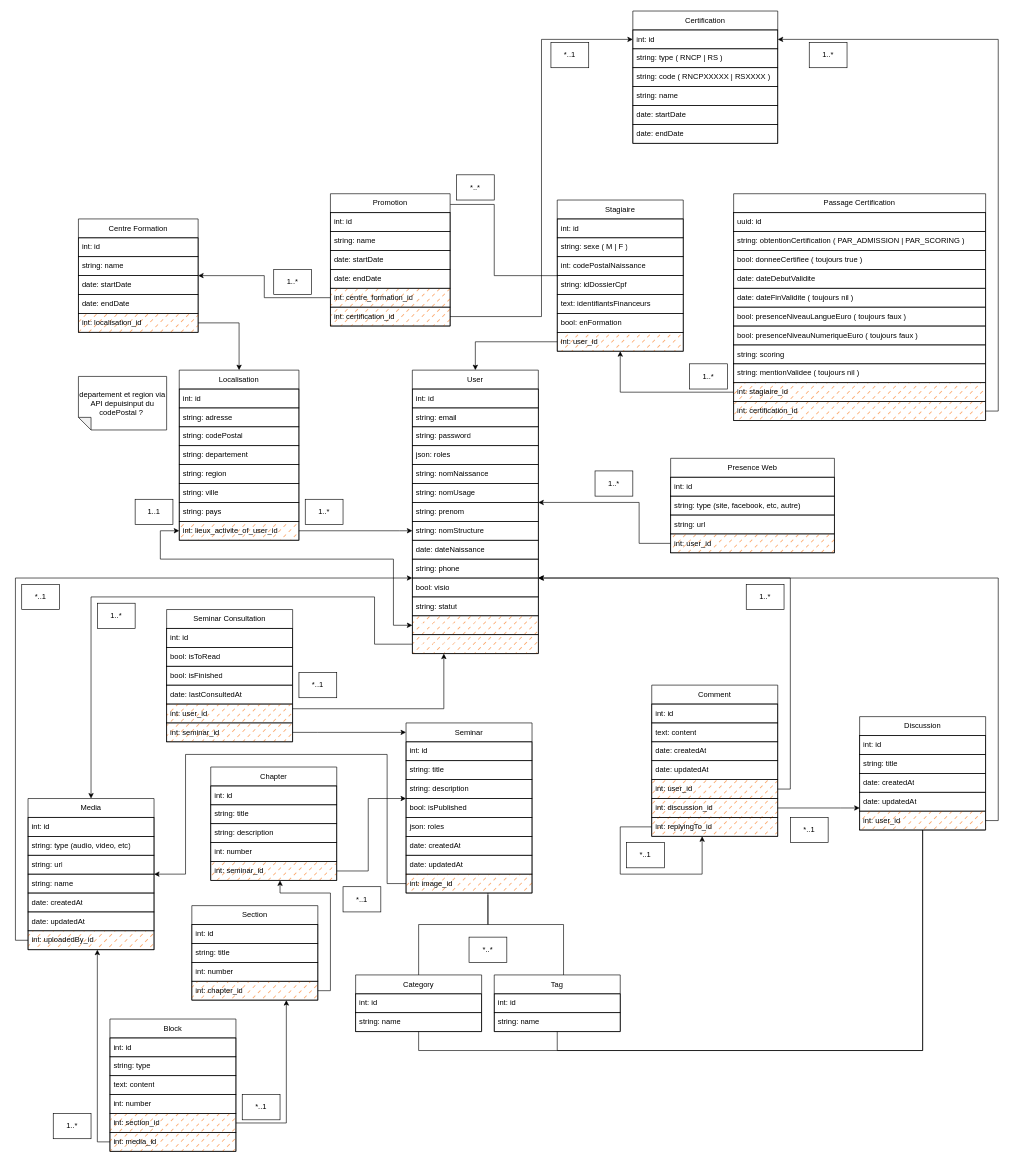
Above: MCD.drawio in ecole-richard-cross/espace-numerique (draw.io), before the change. Source tidied: cells renumbered, new cells numbered last; positions are measured from the earlier drawing's top-left corner, leaving out a move shared by most shapes. Both pictures are drawn from the tidied source at 63%, with x=0, y=0 at pixel (15, 11).
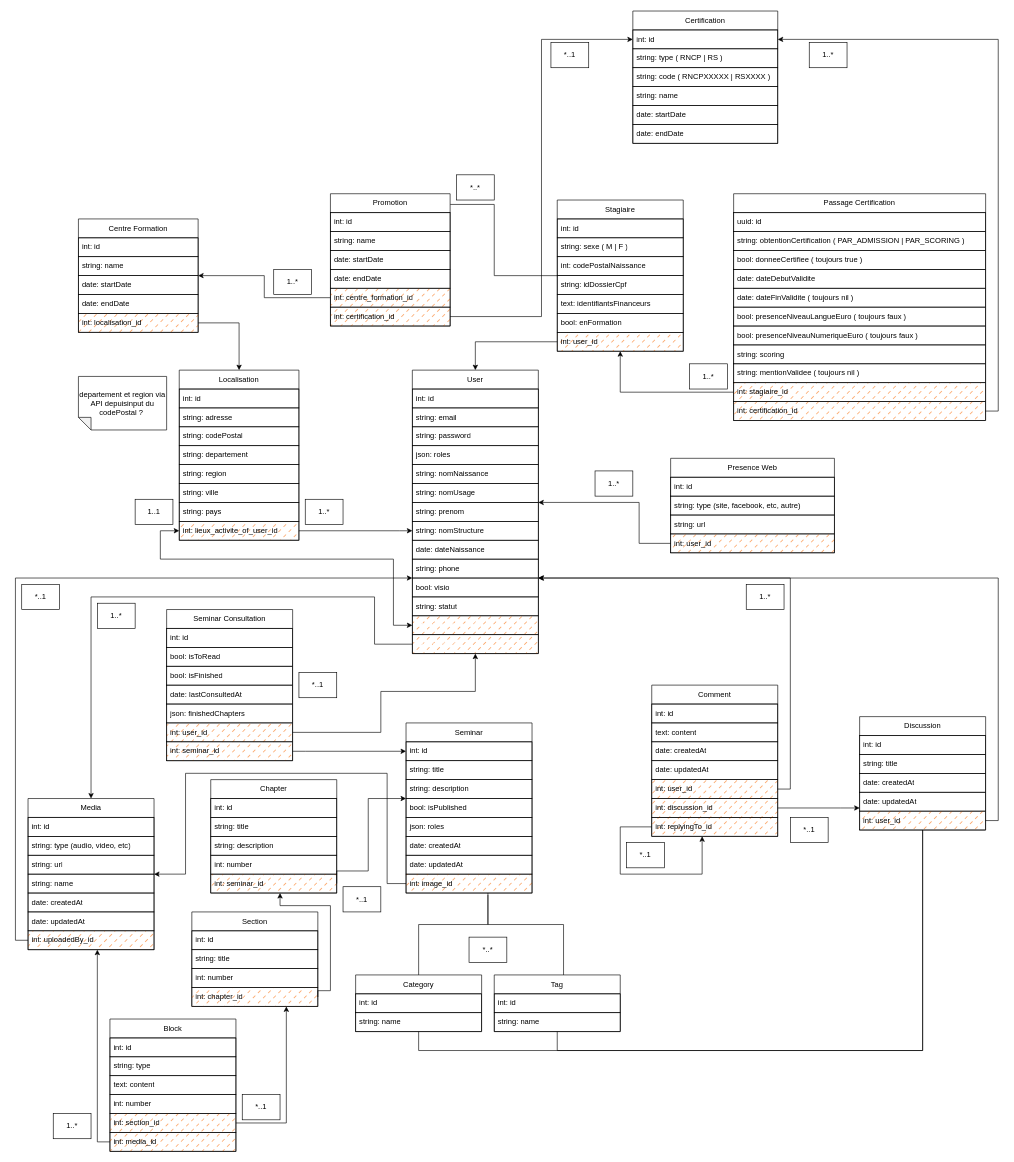
After the change.

Commit message (it also covers changes not shown here):
feat/dev: added finishedChapters to SeminarConsultation

Unchanged cells that the change refers to:
```xml
<mxCell id="71" value="User" style="swimlane;fontStyle=0;horizontal=1;startSize=30;whiteSpace=wrap;html=1;rounded=0;labelBackgroundColor=none;shadow=0;swimlaneLine=1;fillOpacity=100;snapToPoint=0;fixDash=0;backgroundOutline=0;enumerate=0;comic=0;strokeColor=default;" parent="1" vertex="1">
  <mxGeometry x="630" y="570" width="200" height="450" as="geometry" />
</mxCell>
<mxCell id="89" value="Seminar" style="swimlane;fontStyle=0;horizontal=1;startSize=30;whiteSpace=wrap;html=1;rounded=0;labelBackgroundColor=none;shadow=0;swimlaneLine=1;fillOpacity=100;snapToPoint=0;fixDash=0;backgroundOutline=0;enumerate=0;comic=0;strokeColor=default;" parent="1" vertex="1">
  <mxGeometry x="620" y="1130" width="200" height="270" as="geometry" />
</mxCell>
<mxCell id="97" value="int: image_id" style="text;align=left;verticalAlign=middle;spacingLeft=4;spacingRight=4;overflow=hidden;points=[[0,0.5],[1,0.5]];portConstraint=eastwest;whiteSpace=wrap;html=1;rounded=0;labelBackgroundColor=none;shadow=0;swimlaneLine=1;fillOpacity=100;snapToPoint=0;fixDash=0;backgroundOutline=0;enumerate=0;comic=0;strokeColor=default;fillColor=#FA6800;fillStyle=dashed;" parent="89" vertex="1">
  <mxGeometry y="240" width="200" height="30" as="geometry" />
</mxCell>
<mxCell id="106" value="Media" style="swimlane;fontStyle=0;horizontal=1;startSize=30;whiteSpace=wrap;html=1;rounded=0;labelBackgroundColor=none;shadow=0;swimlaneLine=1;fillOpacity=100;snapToPoint=0;fixDash=0;backgroundOutline=0;enumerate=0;comic=0;strokeColor=default;" parent="1" vertex="1">
  <mxGeometry x="20" y="1250" width="200" height="240" as="geometry" />
</mxCell>
<mxCell id="168" value="int: chapter_id" style="text;align=left;verticalAlign=middle;spacingLeft=4;spacingRight=4;overflow=hidden;points=[[0,0.5],[1,0.5]];portConstraint=eastwest;whiteSpace=wrap;html=1;rounded=0;labelBackgroundColor=none;shadow=0;swimlaneLine=1;fillOpacity=100;snapToPoint=0;fixDash=0;backgroundOutline=0;enumerate=0;comic=0;strokeColor=default;fillColor=#FA6800;fillStyle=dashed;" parent="164" vertex="1">
  <mxGeometry y="120" width="200" height="30" as="geometry" />
</mxCell>
```

Change to the diagram source:
```diff
@@
-    <mxCell id="114" style="edgeStyle=orthogonalEdgeStyle;html=1;rounded=0;exitX=1;exitY=0.75;exitDx=0;exitDy=0;" parent="1" edge="1" source="115" target="71">
+    <mxCell id="114" style="edgeStyle=orthogonalEdgeStyle;html=1;rounded=0;exitX=1;exitY=0.5;exitDx=0;exitDy=0;" parent="1" edge="1" source="120" target="71">
       <mxGeometry relative="1" as="geometry">
         <Array as="points">
-          <mxPoint x="680" y="1108" />
+          <mxPoint x="580" y="1145" />
+          <mxPoint x="580" y="1080" />
+          <mxPoint x="730" y="1080" />
         </Array>
       </mxGeometry>
     </mxCell>
     <mxCell id="115" value="Seminar Consultation" style="swimlane;fontStyle=0;horizontal=1;startSize=30;whiteSpace=wrap;html=1;rounded=0;labelBackgroundColor=none;shadow=0;swimlaneLine=1;fillOpacity=100;snapToPoint=0;fixDash=0;backgroundOutline=0;enumerate=0;comic=0;strokeColor=default;" parent="1" vertex="1">
-      <mxGeometry x="240" y="950" width="200" height="210" as="geometry" />
+      <mxGeometry x="240" y="950" width="200" height="240" as="geometry" />
     </mxCell>
@@
+    <mxCell id="179" value="json: finishedChapters" style="text;align=left;verticalAlign=middle;spacingLeft=4;spacingRight=4;overflow=hidden;whiteSpace=wrap;html=1;rounded=0;labelBackgroundColor=none;shadow=0;swimlaneLine=1;fillOpacity=100;fixDash=0;backgroundOutline=0;enumerate=0;comic=0;strokeColor=default;" parent="115" vertex="1">
+      <mxGeometry y="150" width="200" height="30" as="geometry" />
+    </mxCell>
     <mxCell id="120" value="int: user_id" style="text;align=left;verticalAlign=middle;spacingLeft=4;spacingRight=4;overflow=hidden;points=[[0,0.5],[1,0.5]];portConstraint=eastwest;whiteSpace=wrap;html=1;rounded=0;labelBackgroundColor=none;shadow=0;swimlaneLine=1;fillOpacity=100;snapToPoint=0;fixDash=0;backgroundOutline=0;enumerate=0;comic=0;strokeColor=default;fillColor=#FA6800;fillStyle=dashed;" parent="115" vertex="1">
-      <mxGeometry y="150" width="200" height="30" as="geometry" />
+      <mxGeometry y="180" width="200" height="30" as="geometry" />
     </mxCell>
     <mxCell id="121" value="int: seminar_id" style="text;align=left;verticalAlign=middle;spacingLeft=4;spacingRight=4;overflow=hidden;points=[[0,0.5],[1,0.5]];portConstraint=eastwest;whiteSpace=wrap;html=1;rounded=0;labelBackgroundColor=none;shadow=0;swimlaneLine=1;fillOpacity=100;snapToPoint=0;fixDash=0;backgroundOutline=0;enumerate=0;comic=0;strokeColor=default;fillColor=#FA6800;fillStyle=dashed;" parent="115" vertex="1">
-      <mxGeometry y="180" width="200" height="30" as="geometry" />
+      <mxGeometry y="210" width="200" height="30" as="geometry" />
     </mxCell>
     <mxCell id="122" style="edgeStyle=orthogonalEdgeStyle;rounded=0;html=1;exitX=1;exitY=0.5;exitDx=0;exitDy=0;startArrow=none;startFill=0;endArrow=classic;endFill=1;" parent="1" edge="1" source="121" target="89">
       <mxGeometry relative="1" as="geometry">
         <Array as="points">
-          <mxPoint x="480" y="1145" />
-          <mxPoint x="480" y="1145" />
+          <mxPoint x="460" y="1175" />
+          <mxPoint x="460" y="1175" />
         </Array>
       </mxGeometry>
     </mxCell>
@@
     <mxCell id="158" value="Chapter" style="swimlane;fontStyle=0;horizontal=1;startSize=30;whiteSpace=wrap;html=1;rounded=0;labelBackgroundColor=none;shadow=0;swimlaneLine=1;fillOpacity=100;snapToPoint=0;fixDash=0;backgroundOutline=0;enumerate=0;comic=0;strokeColor=default;" parent="1" vertex="1">
-      <mxGeometry x="310" y="1200" width="200" height="180" as="geometry" />
+      <mxGeometry x="310" y="1220" width="200" height="180" as="geometry" />
     </mxCell>
@@
     <mxCell id="164" value="Section" style="swimlane;fontStyle=0;horizontal=1;startSize=30;whiteSpace=wrap;html=1;rounded=0;labelBackgroundColor=none;shadow=0;swimlaneLine=1;fillOpacity=100;snapToPoint=0;fixDash=0;backgroundOutline=0;enumerate=0;comic=0;strokeColor=default;" parent="1" vertex="1">
-      <mxGeometry x="280" y="1420" width="200" height="150" as="geometry" />
+      <mxGeometry x="280" y="1430" width="200" height="150" as="geometry" />
     </mxCell>
@@
     <mxCell id="170" style="edgeStyle=orthogonalEdgeStyle;rounded=0;html=1;exitX=1;exitY=0.5;exitDx=0;exitDy=0;" parent="1" edge="1" source="168" target="158">
       <mxGeometry relative="1" as="geometry">
         <Array as="points">
+          <mxPoint x="480" y="1555" />
           <mxPoint x="500" y="1555" />
-          <mxPoint x="500" y="1400" />
-          <mxPoint x="420" y="1400" />
+          <mxPoint x="500" y="1420" />
+          <mxPoint x="420" y="1420" />
         </Array>
       </mxGeometry>
     </mxCell>
@@
     <mxCell id="178" style="edgeStyle=orthogonalEdgeStyle;rounded=0;html=1;exitX=0;exitY=0.5;exitDx=0;exitDy=0;" parent="1" edge="1" source="97" target="106">
       <mxGeometry relative="1" as="geometry">
         <Array as="points">
           <mxPoint x="590" y="1385" />
-          <mxPoint x="590" y="1180" />
-          <mxPoint x="270" y="1180" />
+          <mxPoint x="590" y="1210" />
+          <mxPoint x="270" y="1210" />
           <mxPoint x="270" y="1370" />
         </Array>
       </mxGeometry>
     </mxCell>
```
